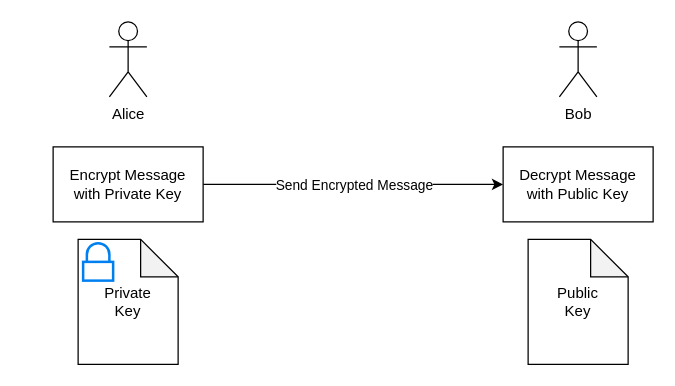
dwmkerr/effective-shell keeps this draw.io diagram as docs/06-advanced-techniques/31-the-secure-shell/diagrams/asymmetric-encryption.drawio. Above is the earlier version. Source tidied: cells renumbered, new cells numbered last; positions are measured from the earlier drawing's top-left corner, leaving out a move shared by most shapes. Both pictures are drawn from the tidied source at 125%, with x=0, y=0 at pixel (52, 21).
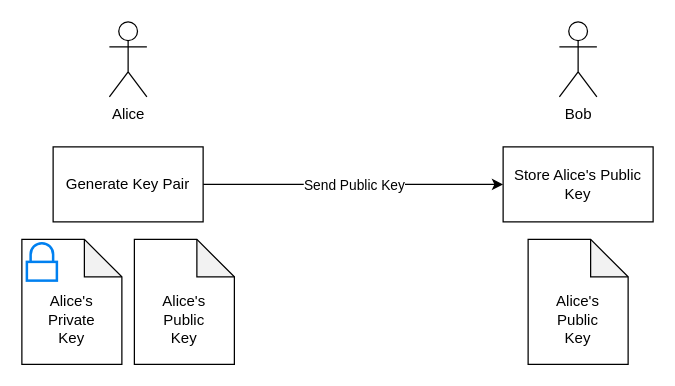
The same page after the edit.

The edit, as a diff of the source:
```diff
@@
 <mxGraphModel>
   <root>
     <mxCell id="0" />
     <mxCell id="1" parent="0" />
-    <mxCell id="2" value="Private&lt;br&gt;Key" style="shape=note;whiteSpace=wrap;html=1;backgroundOutline=1;darkOpacity=0.05;" parent="1" vertex="1">
-      <mxGeometry x="20" y="174" width="80" height="100" as="geometry" />
+    <mxCell id="2" value="&lt;br&gt;&lt;br&gt;Alice's&lt;br&gt;Private&lt;br&gt;Key" style="shape=note;whiteSpace=wrap;html=1;backgroundOutline=1;darkOpacity=0.05;" parent="1" vertex="1">
+      <mxGeometry x="-25" y="174" width="80" height="100" as="geometry" />
     </mxCell>
     <mxCell id="3" style="edgeStyle=orthogonalEdgeStyle;rounded=0;jettySize=auto;html=1;entryX=0;entryY=0.5;entryDx=0;entryDy=0;" parent="1" edge="1" source="5" target="7">
       <mxGeometry relative="1" as="geometry" />
     </mxCell>
-    <mxCell id="4" value="Send Encrypted Message" style="edgeLabel;html=1;align=center;verticalAlign=middle;" parent="3" vertex="1">
+    <mxCell id="4" value="Send Public Key" style="edgeLabel;html=1;align=center;verticalAlign=middle;" parent="3" vertex="1">
       <mxGeometry x="-0.11" relative="1" as="geometry">
         <mxPoint x="13" as="offset" />
       </mxGeometry>
     </mxCell>
-    <mxCell id="5" value="Encrypt Message with Private Key" style="rounded=0;whiteSpace=wrap;html=1;spacingTop=0;spacingLeft=0;spacingBottom=0;spacing=5;" parent="1" vertex="1">
+    <mxCell id="5" value="Generate Key Pair" style="rounded=0;whiteSpace=wrap;html=1;spacingTop=0;spacingLeft=0;spacingBottom=0;spacing=5;" parent="1" vertex="1">
       <mxGeometry y="100" width="120" height="60" as="geometry" />
     </mxCell>
     <mxCell id="6" value="Alice" style="shape=umlActor;verticalLabelPosition=bottom;verticalAlign=top;html=1;" parent="1" vertex="1">
       <mxGeometry x="45" width="30" height="60" as="geometry" />
     </mxCell>
-    <mxCell id="7" value="Decrypt Message with Public Key" style="rounded=0;whiteSpace=wrap;html=1;spacingTop=0;spacingLeft=0;spacingBottom=0;spacing=5;" parent="1" vertex="1">
+    <mxCell id="7" value="Store Alice's Public Key" style="rounded=0;whiteSpace=wrap;html=1;spacingTop=0;spacingLeft=0;spacingBottom=0;spacing=5;" parent="1" vertex="1">
       <mxGeometry x="360" y="100" width="120" height="60" as="geometry" />
     </mxCell>
     <mxCell id="8" value="Bob" style="shape=umlActor;verticalLabelPosition=bottom;verticalAlign=top;html=1;" parent="1" vertex="1">
       <mxGeometry x="405" width="30" height="60" as="geometry" />
     </mxCell>
     <mxCell id="9" style="html=1;verticalLabelPosition=bottom;align=center;labelBackgroundColor=#ffffff;verticalAlign=top;strokeWidth=2;strokeColor=#0080F0;shadow=0;dashed=0;shape=mxgraph.ios7.icons.locked;" parent="1" vertex="1">
-      <mxGeometry x="24" y="177" width="24" height="30" as="geometry" />
+      <mxGeometry x="-21" y="177" width="24" height="30" as="geometry" />
     </mxCell>
-    <mxCell id="10" value="Public&lt;br&gt;Key" style="shape=note;whiteSpace=wrap;html=1;backgroundOutline=1;darkOpacity=0.05;" parent="1" vertex="1">
+    <mxCell id="10" value="&lt;br&gt;&lt;br&gt;Alice's&lt;br&gt;Public&lt;br&gt;Key" style="shape=note;whiteSpace=wrap;html=1;backgroundOutline=1;darkOpacity=0.05;" parent="1" vertex="1">
       <mxGeometry x="380" y="174" width="80" height="100" as="geometry" />
     </mxCell>
+    <mxCell id="11" value="&lt;br&gt;&lt;br&gt;Alice's&lt;br&gt;Public&lt;br&gt;Key" style="shape=note;whiteSpace=wrap;html=1;backgroundOutline=1;darkOpacity=0.05;" parent="1" vertex="1">
+      <mxGeometry x="65" y="174" width="80" height="100" as="geometry" />
+    </mxCell>
   </root>
 </mxGraphModel>
```
